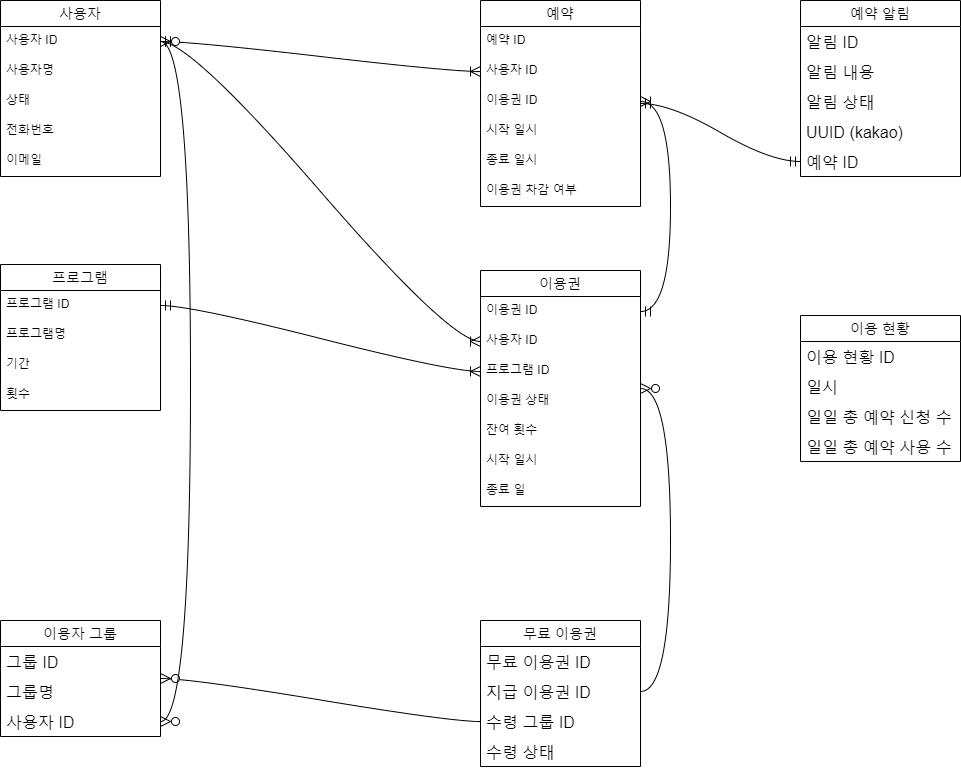
Above: docs/ticket-manager-erd.png in GuardJo/ticket-manager (draw.io), before the change. Source tidied: cells renumbered, new cells last; positions are measured from the earlier drawing's top-left corner, leaving out a move shared by most shapes. Its diagram source:
```xml
<mxGraphModel background="#ffffff">
  <root>
    <mxCell id="0" />
    <mxCell id="1" parent="0" />
    <mxCell id="2" value="프로그램" style="swimlane;fontStyle=0;horizontal=1;startSize=26;align=center;fontSize=14;" parent="1" vertex="1">
      <mxGeometry y="264" width="160" height="146" as="geometry" />
    </mxCell>
    <mxCell id="3" value="프로그램 ID" style="text;strokeColor=none;fillColor=none;spacingLeft=4;spacingRight=4;overflow=hidden;points=[[0,0.5],[1,0.5]];portConstraint=eastwest;fontSize=12;whiteSpace=wrap;html=1;" parent="2" vertex="1">
      <mxGeometry y="26" width="160" height="30" as="geometry" />
    </mxCell>
    <mxCell id="4" value="프로그램명" style="text;strokeColor=none;fillColor=none;spacingLeft=4;spacingRight=4;overflow=hidden;fontSize=12;whiteSpace=wrap;html=1;" parent="2" vertex="1">
      <mxGeometry y="56" width="160" height="30" as="geometry" />
    </mxCell>
    <mxCell id="5" value="기간" style="text;strokeColor=none;fillColor=none;spacingLeft=4;spacingRight=4;overflow=hidden;fontSize=12;whiteSpace=wrap;html=1;" parent="2" vertex="1">
      <mxGeometry y="86" width="160" height="30" as="geometry" />
    </mxCell>
    <mxCell id="6" value="횟수" style="text;strokeColor=none;fillColor=none;spacingLeft=4;spacingRight=4;overflow=hidden;fontSize=12;whiteSpace=wrap;html=1;" parent="2" vertex="1">
      <mxGeometry y="116" width="160" height="30" as="geometry" />
    </mxCell>
    <mxCell id="7" value="사용자" style="swimlane;fontStyle=0;horizontal=1;startSize=26;align=center;fontSize=14;" parent="1" vertex="1">
      <mxGeometry width="160" height="176" as="geometry" />
    </mxCell>
    <mxCell id="8" value="사용자 ID" style="text;strokeColor=none;fillColor=none;spacingLeft=4;spacingRight=4;overflow=hidden;points=[[0,0.5],[1,0.5]];portConstraint=eastwest;fontSize=12;whiteSpace=wrap;html=1;" parent="7" vertex="1">
      <mxGeometry y="26" width="160" height="30" as="geometry" />
    </mxCell>
    <mxCell id="9" value="사용자명" style="text;strokeColor=none;fillColor=none;spacingLeft=4;spacingRight=4;overflow=hidden;fontSize=12;whiteSpace=wrap;html=1;" parent="7" vertex="1">
      <mxGeometry y="56" width="160" height="30" as="geometry" />
    </mxCell>
    <mxCell id="10" value="상태" style="text;strokeColor=none;fillColor=none;spacingLeft=4;spacingRight=4;overflow=hidden;fontSize=12;whiteSpace=wrap;html=1;" parent="7" vertex="1">
      <mxGeometry y="86" width="160" height="30" as="geometry" />
    </mxCell>
    <mxCell id="11" value="전화번호" style="text;strokeColor=none;fillColor=none;spacingLeft=4;spacingRight=4;overflow=hidden;fontSize=12;whiteSpace=wrap;html=1;" parent="7" vertex="1">
      <mxGeometry y="116" width="160" height="30" as="geometry" />
    </mxCell>
    <mxCell id="12" value="이메일" style="text;strokeColor=none;fillColor=none;spacingLeft=4;spacingRight=4;overflow=hidden;fontSize=12;whiteSpace=wrap;html=1;" parent="7" vertex="1">
      <mxGeometry y="146" width="160" height="30" as="geometry" />
    </mxCell>
    <mxCell id="13" value="이용권" style="swimlane;fontStyle=0;horizontal=1;startSize=26;align=center;fontSize=14;" parent="1" vertex="1">
      <mxGeometry x="480" y="270" width="160" height="236" as="geometry" />
    </mxCell>
    <mxCell id="14" value="이용권 ID" style="text;strokeColor=none;fillColor=none;spacingLeft=4;spacingRight=4;overflow=hidden;points=[[0,0.5],[1,0.5]];portConstraint=eastwest;fontSize=12;whiteSpace=wrap;html=1;" parent="13" vertex="1">
      <mxGeometry y="26" width="160" height="30" as="geometry" />
    </mxCell>
    <mxCell id="15" value="사용자 ID" style="text;strokeColor=none;fillColor=none;spacingLeft=4;spacingRight=4;overflow=hidden;points=[[0,0.5],[1,0.5]];portConstraint=eastwest;fontSize=12;whiteSpace=wrap;html=1;" parent="13" vertex="1">
      <mxGeometry y="56" width="160" height="30" as="geometry" />
    </mxCell>
    <mxCell id="16" value="프로그램 ID" style="text;strokeColor=none;fillColor=none;spacingLeft=4;spacingRight=4;overflow=hidden;points=[[0,0.5],[1,0.5]];portConstraint=eastwest;fontSize=12;whiteSpace=wrap;html=1;" parent="13" vertex="1">
      <mxGeometry y="86" width="160" height="30" as="geometry" />
    </mxCell>
    <mxCell id="17" value="이용권 상태" style="text;strokeColor=none;fillColor=none;spacingLeft=4;spacingRight=4;overflow=hidden;fontSize=12;whiteSpace=wrap;html=1;" parent="13" vertex="1">
      <mxGeometry y="116" width="160" height="30" as="geometry" />
    </mxCell>
    <mxCell id="18" value="잔여 횟수" style="text;strokeColor=none;fillColor=none;spacingLeft=4;spacingRight=4;overflow=hidden;fontSize=12;whiteSpace=wrap;html=1;" parent="13" vertex="1">
      <mxGeometry y="146" width="160" height="30" as="geometry" />
    </mxCell>
    <mxCell id="19" value="시작 일시" style="text;strokeColor=none;fillColor=none;spacingLeft=4;spacingRight=4;overflow=hidden;fontSize=12;whiteSpace=wrap;html=1;" parent="13" vertex="1">
      <mxGeometry y="176" width="160" height="30" as="geometry" />
    </mxCell>
    <mxCell id="20" value="종료 일" style="text;strokeColor=none;fillColor=none;spacingLeft=4;spacingRight=4;overflow=hidden;fontSize=12;whiteSpace=wrap;html=1;" parent="13" vertex="1">
      <mxGeometry y="206" width="160" height="30" as="geometry" />
    </mxCell>
    <mxCell id="21" value="예약" style="swimlane;fontStyle=0;horizontal=1;startSize=26;align=center;fontSize=14;" parent="1" vertex="1">
      <mxGeometry x="480" width="160" height="206" as="geometry" />
    </mxCell>
    <mxCell id="22" value="예약 ID" style="text;strokeColor=none;fillColor=none;spacingLeft=4;spacingRight=4;overflow=hidden;fontSize=12;whiteSpace=wrap;html=1;" parent="21" vertex="1">
      <mxGeometry y="26" width="160" height="30" as="geometry" />
    </mxCell>
    <mxCell id="23" value="사용자 ID" style="text;strokeColor=none;fillColor=none;spacingLeft=4;spacingRight=4;overflow=hidden;points=[[0,0.5],[1,0.5]];portConstraint=eastwest;fontSize=12;whiteSpace=wrap;html=1;" parent="21" vertex="1">
      <mxGeometry y="56" width="160" height="30" as="geometry" />
    </mxCell>
    <mxCell id="24" value="이용권 ID" style="text;strokeColor=none;fillColor=none;spacingLeft=4;spacingRight=4;overflow=hidden;points=[[0,0.5],[1,0.5]];portConstraint=eastwest;fontSize=12;whiteSpace=wrap;html=1;" parent="21" vertex="1">
      <mxGeometry y="86" width="160" height="30" as="geometry" />
    </mxCell>
    <mxCell id="25" value="시작 일시" style="text;strokeColor=none;fillColor=none;spacingLeft=4;spacingRight=4;overflow=hidden;fontSize=12;whiteSpace=wrap;html=1;" parent="21" vertex="1">
      <mxGeometry y="116" width="160" height="30" as="geometry" />
    </mxCell>
    <mxCell id="26" value="종료 일시" style="text;strokeColor=none;fillColor=none;spacingLeft=4;spacingRight=4;overflow=hidden;fontSize=12;whiteSpace=wrap;html=1;" parent="21" vertex="1">
      <mxGeometry y="146" width="160" height="30" as="geometry" />
    </mxCell>
    <mxCell id="27" value="이용권 차감 여부" style="text;strokeColor=none;fillColor=none;spacingLeft=4;spacingRight=4;overflow=hidden;fontSize=12;whiteSpace=wrap;html=1;" parent="21" vertex="1">
      <mxGeometry y="176" width="160" height="30" as="geometry" />
    </mxCell>
    <mxCell id="28" style="edgeStyle=entityRelationEdgeStyle;fontSize=12;html=1;endArrow=ERoneToMany;startArrow=ERmandOne;rounded=0;startSize=8;endSize=8;curved=1;" parent="1" edge="1" source="3" target="16">
      <mxGeometry relative="1" as="geometry" />
    </mxCell>
    <mxCell id="29" style="edgeStyle=entityRelationEdgeStyle;fontSize=12;html=1;endArrow=ERoneToMany;startArrow=ERmandOne;rounded=0;startSize=8;endSize=8;curved=1;" parent="1" edge="1" source="8" target="15">
      <mxGeometry relative="1" as="geometry" />
    </mxCell>
    <mxCell id="30" style="edgeStyle=entityRelationEdgeStyle;fontSize=12;html=1;endArrow=ERoneToMany;startArrow=ERmandOne;rounded=0;startSize=8;endSize=8;curved=1;" parent="1" edge="1" source="8" target="23">
      <mxGeometry relative="1" as="geometry" />
    </mxCell>
    <mxCell id="31" style="edgeStyle=entityRelationEdgeStyle;fontSize=12;html=1;endArrow=ERoneToMany;startArrow=ERmandOne;rounded=0;startSize=8;endSize=8;curved=1;" parent="1" edge="1" source="14" target="24">
      <mxGeometry relative="1" as="geometry" />
    </mxCell>
    <mxCell id="32" value="이용자 그룹" style="swimlane;fontStyle=0;horizontal=1;startSize=26;align=center;fontSize=14;" parent="1" vertex="1">
      <mxGeometry y="620" width="160" height="116" as="geometry" />
    </mxCell>
    <mxCell id="33" value="그룹 ID" style="text;strokeColor=none;fillColor=none;spacingLeft=4;spacingRight=4;overflow=hidden;fontSize=16;whiteSpace=wrap;html=1;" parent="32" vertex="1">
      <mxGeometry y="26" width="160" height="30" as="geometry" />
    </mxCell>
    <mxCell id="34" value="그룹명" style="text;strokeColor=none;fillColor=none;spacingLeft=4;spacingRight=4;overflow=hidden;fontSize=16;whiteSpace=wrap;html=1;" parent="32" vertex="1">
      <mxGeometry y="56" width="160" height="30" as="geometry" />
    </mxCell>
    <mxCell id="35" value="사용자 ID" style="text;strokeColor=none;fillColor=none;spacingLeft=4;spacingRight=4;overflow=hidden;points=[[0,0.5],[1,0.5]];portConstraint=eastwest;fontSize=16;whiteSpace=wrap;html=1;" parent="32" vertex="1">
      <mxGeometry y="86" width="160" height="30" as="geometry" />
    </mxCell>
    <mxCell id="36" value="무료 이용권" style="swimlane;fontStyle=0;horizontal=1;startSize=26;align=center;fontSize=14;" parent="1" vertex="1">
      <mxGeometry x="480" y="620" width="160" height="146" as="geometry" />
    </mxCell>
    <mxCell id="37" value="무료 이용권 ID" style="text;strokeColor=none;fillColor=none;spacingLeft=4;spacingRight=4;overflow=hidden;fontSize=16;whiteSpace=wrap;html=1;" parent="36" vertex="1">
      <mxGeometry y="26" width="160" height="30" as="geometry" />
    </mxCell>
    <mxCell id="38" value="지급 이용권 ID" style="text;strokeColor=none;fillColor=none;spacingLeft=4;spacingRight=4;overflow=hidden;points=[[0,0.5],[1,0.5]];portConstraint=eastwest;fontSize=16;whiteSpace=wrap;html=1;" parent="36" vertex="1">
      <mxGeometry y="56" width="160" height="30" as="geometry" />
    </mxCell>
    <mxCell id="39" value="수령 그룹 ID" style="text;strokeColor=none;fillColor=none;spacingLeft=4;spacingRight=4;overflow=hidden;points=[[0,0.5],[1,0.5]];portConstraint=eastwest;fontSize=16;whiteSpace=wrap;html=1;" parent="36" vertex="1">
      <mxGeometry y="86" width="160" height="30" as="geometry" />
    </mxCell>
    <mxCell id="40" value="수령 상태" style="text;strokeColor=none;fillColor=none;spacingLeft=4;spacingRight=4;overflow=hidden;fontSize=16;whiteSpace=wrap;html=1;" parent="36" vertex="1">
      <mxGeometry y="116" width="160" height="30" as="geometry" />
    </mxCell>
    <mxCell id="41" style="edgeStyle=entityRelationEdgeStyle;fontSize=12;html=1;endArrow=ERzeroToMany;endFill=1;rounded=0;startSize=8;endSize=8;curved=1;" parent="1" edge="1" source="38" target="13">
      <mxGeometry relative="1" as="geometry" />
    </mxCell>
    <mxCell id="42" style="edgeStyle=entityRelationEdgeStyle;fontSize=12;html=1;endArrow=ERzeroToMany;endFill=1;rounded=0;startSize=8;endSize=8;curved=1;" parent="1" edge="1" source="39" target="32">
      <mxGeometry relative="1" as="geometry" />
    </mxCell>
    <mxCell id="43" style="edgeStyle=entityRelationEdgeStyle;fontSize=12;html=1;endArrow=ERzeroToMany;endFill=1;startArrow=ERzeroToMany;rounded=0;startSize=8;endSize=8;curved=1;" parent="1" edge="1" source="35" target="8">
      <mxGeometry relative="1" as="geometry" />
    </mxCell>
    <mxCell id="44" value="예약 알림" style="swimlane;fontStyle=0;horizontal=1;startSize=26;align=center;fontSize=14;" parent="1" vertex="1">
      <mxGeometry x="800" width="160" height="176" as="geometry" />
    </mxCell>
    <mxCell id="45" value="알림 ID" style="text;strokeColor=none;fillColor=none;spacingLeft=4;spacingRight=4;overflow=hidden;fontSize=16;whiteSpace=wrap;html=1;" parent="44" vertex="1">
      <mxGeometry y="26" width="160" height="30" as="geometry" />
    </mxCell>
    <mxCell id="46" value="알림 내용" style="text;strokeColor=none;fillColor=none;spacingLeft=4;spacingRight=4;overflow=hidden;fontSize=16;whiteSpace=wrap;html=1;" parent="44" vertex="1">
      <mxGeometry y="56" width="160" height="30" as="geometry" />
    </mxCell>
    <mxCell id="47" value="알림 상태" style="text;strokeColor=none;fillColor=none;spacingLeft=4;spacingRight=4;overflow=hidden;fontSize=16;whiteSpace=wrap;html=1;" parent="44" vertex="1">
      <mxGeometry y="86" width="160" height="30" as="geometry" />
    </mxCell>
    <mxCell id="48" value="UUID (kakao)" style="text;strokeColor=none;fillColor=none;spacingLeft=4;spacingRight=4;overflow=hidden;fontSize=16;whiteSpace=wrap;html=1;" parent="44" vertex="1">
      <mxGeometry y="116" width="160" height="30" as="geometry" />
    </mxCell>
    <mxCell id="49" value="예약 ID" style="text;strokeColor=none;fillColor=none;spacingLeft=4;spacingRight=4;overflow=hidden;points=[[0,0.5],[1,0.5]];portConstraint=eastwest;fontSize=16;whiteSpace=wrap;html=1;" parent="44" vertex="1">
      <mxGeometry y="146" width="160" height="30" as="geometry" />
    </mxCell>
    <mxCell id="50" style="edgeStyle=entityRelationEdgeStyle;fontSize=12;html=1;endArrow=ERmandOne;startArrow=ERmandOne;rounded=0;startSize=8;endSize=8;curved=1;" parent="1" edge="1" source="21" target="49">
      <mxGeometry relative="1" as="geometry" />
    </mxCell>
    <mxCell id="51" value="이용 현황" style="swimlane;fontStyle=0;horizontal=1;startSize=26;align=center;fontSize=14;" parent="1" vertex="1">
      <mxGeometry x="800" y="315" width="160" height="146" as="geometry" />
    </mxCell>
    <mxCell id="52" value="이용 현황 ID" style="text;strokeColor=none;fillColor=none;spacingLeft=4;spacingRight=4;overflow=hidden;fontSize=16;whiteSpace=wrap;html=1;" parent="51" vertex="1">
      <mxGeometry y="26" width="160" height="30" as="geometry" />
    </mxCell>
    <mxCell id="53" value="일시" style="text;strokeColor=none;fillColor=none;spacingLeft=4;spacingRight=4;overflow=hidden;fontSize=16;whiteSpace=wrap;html=1;" parent="51" vertex="1">
      <mxGeometry y="56" width="160" height="30" as="geometry" />
    </mxCell>
    <mxCell id="54" value="일일 총 예약 신청 수" style="text;strokeColor=none;fillColor=none;spacingLeft=4;spacingRight=4;overflow=hidden;fontSize=16;whiteSpace=wrap;html=1;" parent="51" vertex="1">
      <mxGeometry y="86" width="160" height="30" as="geometry" />
    </mxCell>
    <mxCell id="55" value="일일 총 예약 사용 수" style="text;strokeColor=none;fillColor=none;spacingLeft=4;spacingRight=4;overflow=hidden;fontSize=16;whiteSpace=wrap;html=1;" parent="51" vertex="1">
      <mxGeometry y="116" width="160" height="30" as="geometry" />
    </mxCell>
  </root>
</mxGraphModel>
```
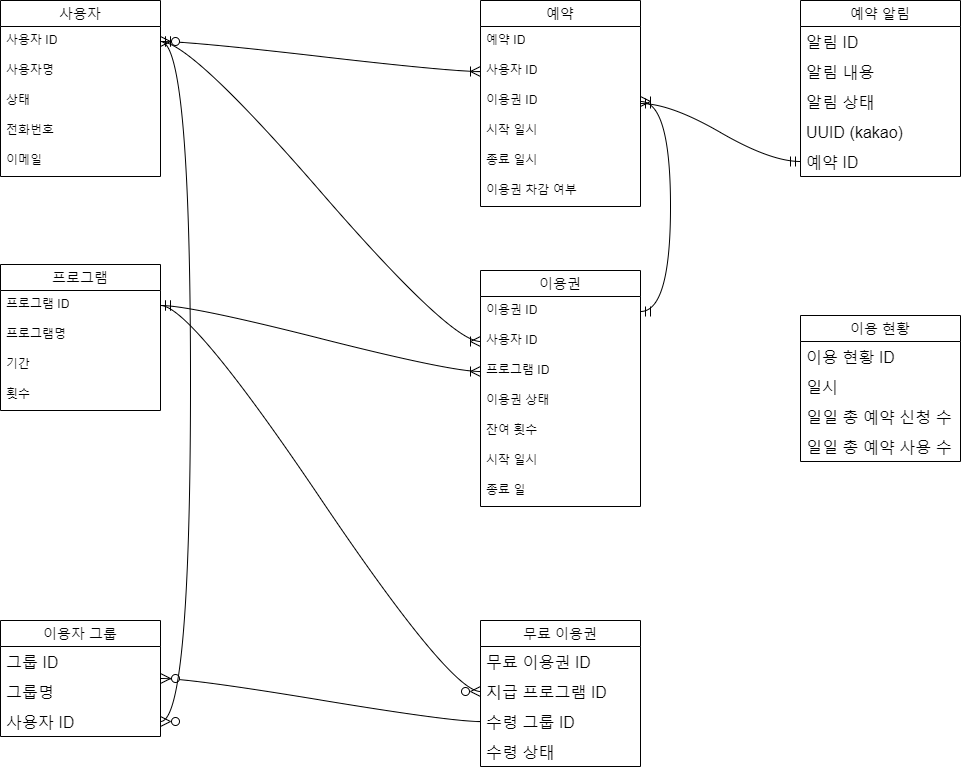
Later version of the same file.

Diff of the diagram source:
```diff
@@ -110,7 +110,7 @@
     <mxCell id="37" value="무료 이용권 ID" style="text;strokeColor=none;fillColor=none;spacingLeft=4;spacingRight=4;overflow=hidden;fontSize=16;whiteSpace=wrap;html=1;" parent="36" vertex="1">
       <mxGeometry y="26" width="160" height="30" as="geometry" />
     </mxCell>
-    <mxCell id="38" value="지급 이용권 ID" style="text;strokeColor=none;fillColor=none;spacingLeft=4;spacingRight=4;overflow=hidden;points=[[0,0.5],[1,0.5]];portConstraint=eastwest;fontSize=16;whiteSpace=wrap;html=1;" parent="36" vertex="1">
+    <mxCell id="38" value="지급 프로그램 ID" style="text;strokeColor=none;fillColor=none;spacingLeft=4;spacingRight=4;overflow=hidden;points=[[0,0.5],[1,0.5]];portConstraint=eastwest;fontSize=16;whiteSpace=wrap;html=1;" parent="36" vertex="1">
       <mxGeometry y="56" width="160" height="30" as="geometry" />
     </mxCell>
     <mxCell id="39" value="수령 그룹 ID" style="text;strokeColor=none;fillColor=none;spacingLeft=4;spacingRight=4;overflow=hidden;points=[[0,0.5],[1,0.5]];portConstraint=eastwest;fontSize=16;whiteSpace=wrap;html=1;" parent="36" vertex="1">
@@ -119,9 +119,6 @@
     <mxCell id="40" value="수령 상태" style="text;strokeColor=none;fillColor=none;spacingLeft=4;spacingRight=4;overflow=hidden;fontSize=16;whiteSpace=wrap;html=1;" parent="36" vertex="1">
       <mxGeometry y="116" width="160" height="30" as="geometry" />
     </mxCell>
-    <mxCell id="41" style="edgeStyle=entityRelationEdgeStyle;fontSize=12;html=1;endArrow=ERzeroToMany;endFill=1;rounded=0;startSize=8;endSize=8;curved=1;" parent="1" edge="1" source="38" target="13">
-      <mxGeometry relative="1" as="geometry" />
-    </mxCell>
     <mxCell id="42" style="edgeStyle=entityRelationEdgeStyle;fontSize=12;html=1;endArrow=ERzeroToMany;endFill=1;rounded=0;startSize=8;endSize=8;curved=1;" parent="1" edge="1" source="39" target="32">
       <mxGeometry relative="1" as="geometry" />
     </mxCell>
@@ -164,5 +161,8 @@
     <mxCell id="55" value="일일 총 예약 사용 수" style="text;strokeColor=none;fillColor=none;spacingLeft=4;spacingRight=4;overflow=hidden;fontSize=16;whiteSpace=wrap;html=1;" parent="51" vertex="1">
       <mxGeometry y="116" width="160" height="30" as="geometry" />
     </mxCell>
+    <mxCell id="56" style="edgeStyle=entityRelationEdgeStyle;fontSize=12;html=1;endArrow=ERzeroToMany;startArrow=ERmandOne;rounded=0;startSize=8;endSize=8;curved=1;" parent="1" edge="1" source="3" target="38">
+      <mxGeometry relative="1" as="geometry" />
+    </mxCell>
   </root>
 </mxGraphModel>
```
